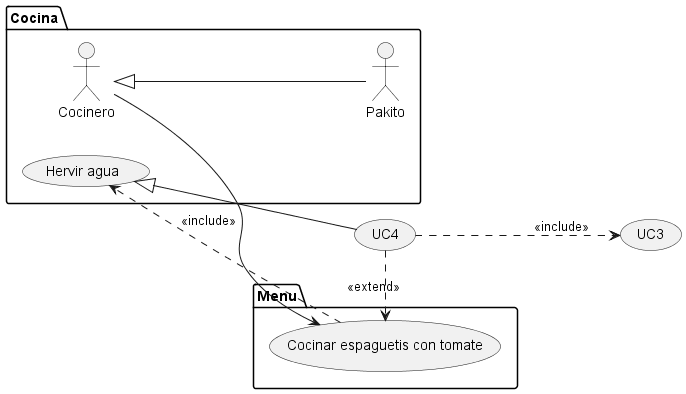
Before: cmake-build-debug/TFG/Diagrams/UseCaseDiagram.png, a diagram exported from PlantUML (craboftw/TFG).
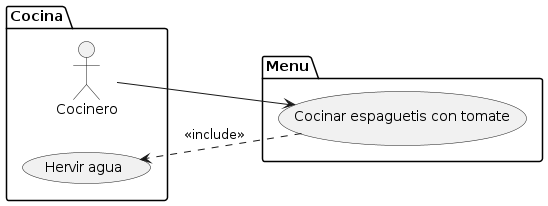
After the commit.

The edit, as a diff of the source:
```diff
@@ -1,10 +1,7 @@
 @startuml
 left to right direction
-usecase "UC3" as UC3
-usecase "UC4" as UC4
 package "Cocina" {
 usecase "Hervir agua" as UC1
-actor "Pakito" as AC0
 actor "Cocinero" as AC1
 }
 package "Menu" {
@@ -12,8 +9,4 @@
 }
 AC1 --> UC2
 UC2 ..> UC1 : <<include>>
-UC4 ..> UC3 : <<include>>
-UC4 ..> UC2 : <<extend>>
-UC1 <|-- UC4
-AC1 <|-- AC0
 @enduml
```
